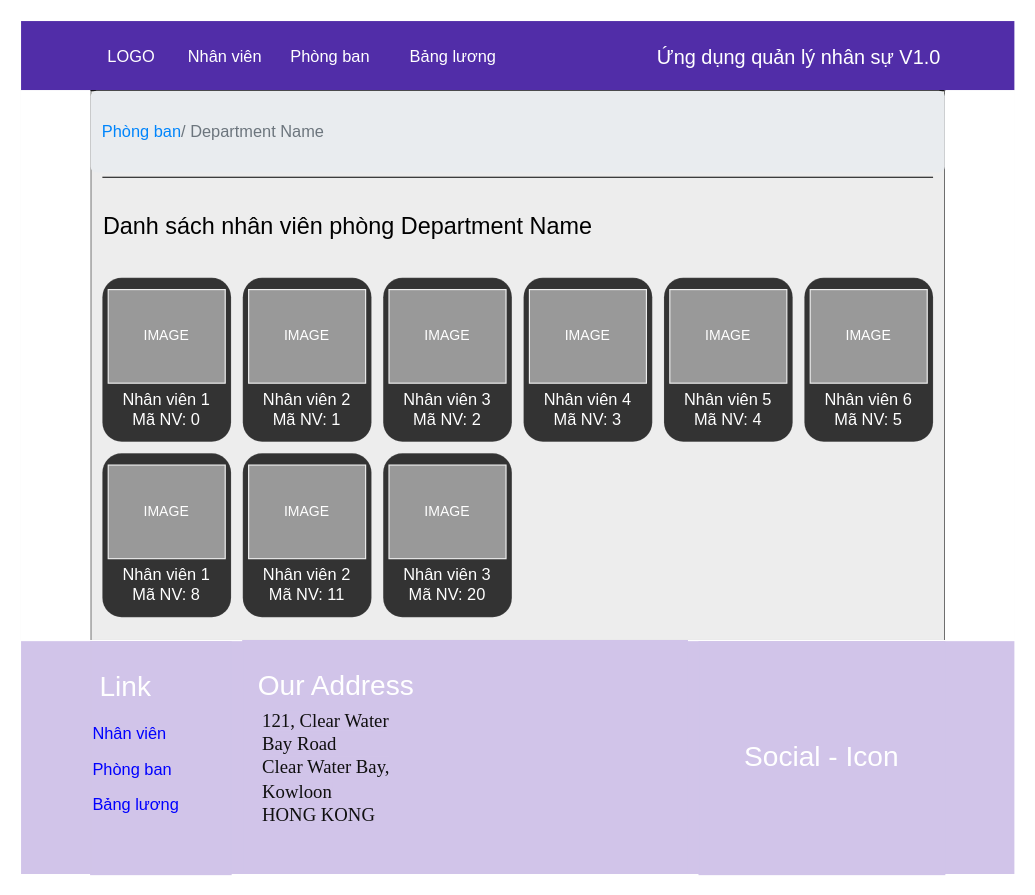
Earlier version of the draw.io diagram staffOfDepartment.drawio (NTD-Funix/FUNiXReactJSASM). Source tidied: cells renumbered, new cells numbered last; positions are measured from the earlier drawing's top-left corner, leaving out a move shared by most shapes. Both pictures are drawn from the tidied source at 117%, with x=0, y=0 at pixel (20, 20).
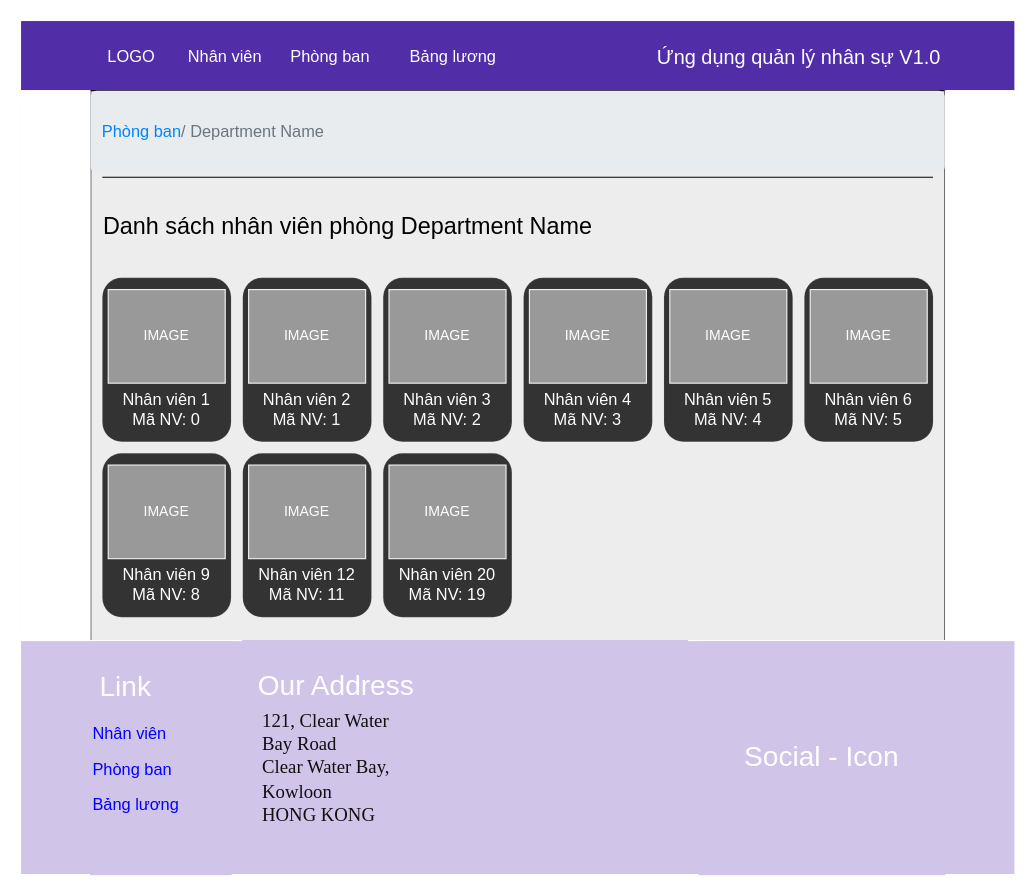
The same diagram, later.

The edit, as a diff of the source:
```diff
@@
-    <mxCell id="27" value="&lt;font style=&quot;font-size: 14px&quot;&gt;&lt;font color=&quot;#ffffff&quot;&gt;&lt;br&gt;&lt;br&gt;&lt;br&gt;&lt;br&gt;&lt;br&gt;Nhân viên 1&lt;br&gt;Mã NV: 8&lt;/font&gt;&lt;br&gt;&lt;/font&gt;" style="rounded=1;whiteSpace=wrap;html=1;strokeColor=#ededed;shadow=0;sketch=0;glass=0;fillColor=#333333;strokeWidth=0;" parent="1" vertex="1">
+    <mxCell id="27" value="&lt;font style=&quot;font-size: 14px&quot;&gt;&lt;font color=&quot;#ffffff&quot;&gt;&lt;br&gt;&lt;br&gt;&lt;br&gt;&lt;br&gt;&lt;br&gt;Nhân viên 9&lt;br&gt;Mã NV: 8&lt;/font&gt;&lt;br&gt;&lt;/font&gt;" style="rounded=1;whiteSpace=wrap;html=1;strokeColor=#ededed;shadow=0;sketch=0;glass=0;fillColor=#333333;strokeWidth=0;" parent="1" vertex="1">
       <mxGeometry x="70" y="370" width="110" height="140" as="geometry" />
     </mxCell>
@@
-    <mxCell id="29" value="&lt;font style=&quot;font-size: 14px&quot;&gt;&lt;font color=&quot;#ffffff&quot;&gt;&lt;br&gt;&lt;br&gt;&lt;br&gt;&lt;br&gt;&lt;br&gt;Nhân viên 2&lt;br&gt;Mã NV: 11&lt;/font&gt;&lt;br&gt;&lt;/font&gt;" style="rounded=1;whiteSpace=wrap;html=1;strokeColor=#ededed;shadow=0;sketch=0;glass=0;fillColor=#333333;strokeWidth=0;" parent="1" vertex="1">
+    <mxCell id="29" value="&lt;font style=&quot;font-size: 14px&quot;&gt;&lt;font color=&quot;#ffffff&quot;&gt;&lt;br&gt;&lt;br&gt;&lt;br&gt;&lt;br&gt;&lt;br&gt;Nhân viên 12&lt;br&gt;Mã NV: 11&lt;/font&gt;&lt;br&gt;&lt;/font&gt;" style="rounded=1;whiteSpace=wrap;html=1;strokeColor=#ededed;shadow=0;sketch=0;glass=0;fillColor=#333333;strokeWidth=0;" parent="1" vertex="1">
       <mxGeometry x="190" y="370" width="110" height="140" as="geometry" />
     </mxCell>
@@
-    <mxCell id="31" value="&lt;font style=&quot;font-size: 14px&quot;&gt;&lt;font color=&quot;#ffffff&quot;&gt;&lt;br&gt;&lt;br&gt;&lt;br&gt;&lt;br&gt;&lt;br&gt;Nhân viên 3&lt;br&gt;Mã NV: 20&lt;/font&gt;&lt;br&gt;&lt;/font&gt;" style="rounded=1;whiteSpace=wrap;html=1;strokeColor=#ededed;shadow=0;sketch=0;glass=0;fillColor=#333333;strokeWidth=0;" parent="1" vertex="1">
+    <mxCell id="31" value="&lt;font style=&quot;font-size: 14px&quot;&gt;&lt;font color=&quot;#ffffff&quot;&gt;&lt;br&gt;&lt;br&gt;&lt;br&gt;&lt;br&gt;&lt;br&gt;Nhân viên 20&lt;br&gt;Mã NV: 19&lt;/font&gt;&lt;br&gt;&lt;/font&gt;" style="rounded=1;whiteSpace=wrap;html=1;strokeColor=#ededed;shadow=0;sketch=0;glass=0;fillColor=#333333;strokeWidth=0;" parent="1" vertex="1">
       <mxGeometry x="310" y="370" width="110" height="140" as="geometry" />
     </mxCell>
```
